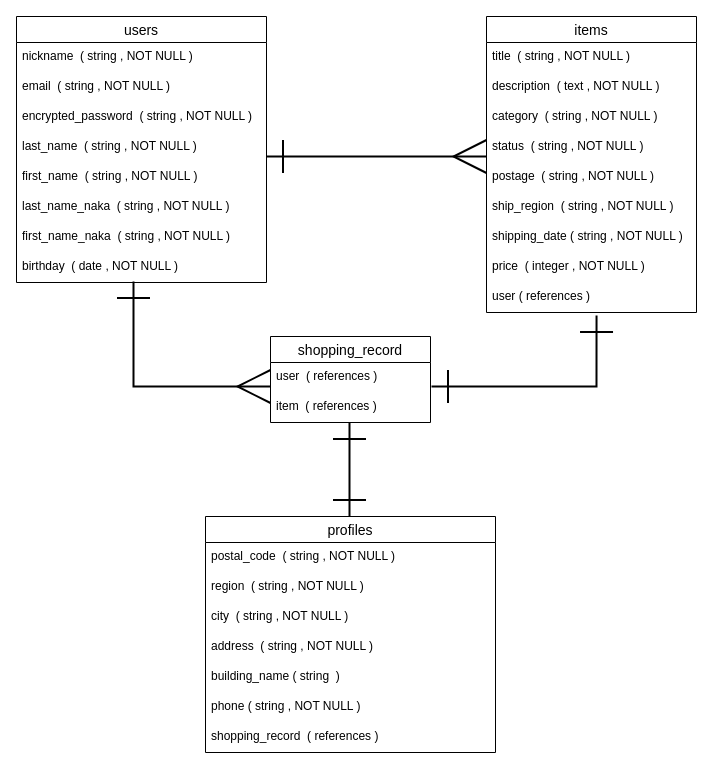
Earlier version of the draw.io diagram ER図.dio (fumi-ichikawa/furima-36216). Source tidied: cells renumbered, new cells numbered last; positions are measured from the earlier drawing's top-left corner, leaving out a move shared by most shapes. Both pictures are drawn from the tidied source at 100%, with x=0, y=0 at pixel (16, 16).
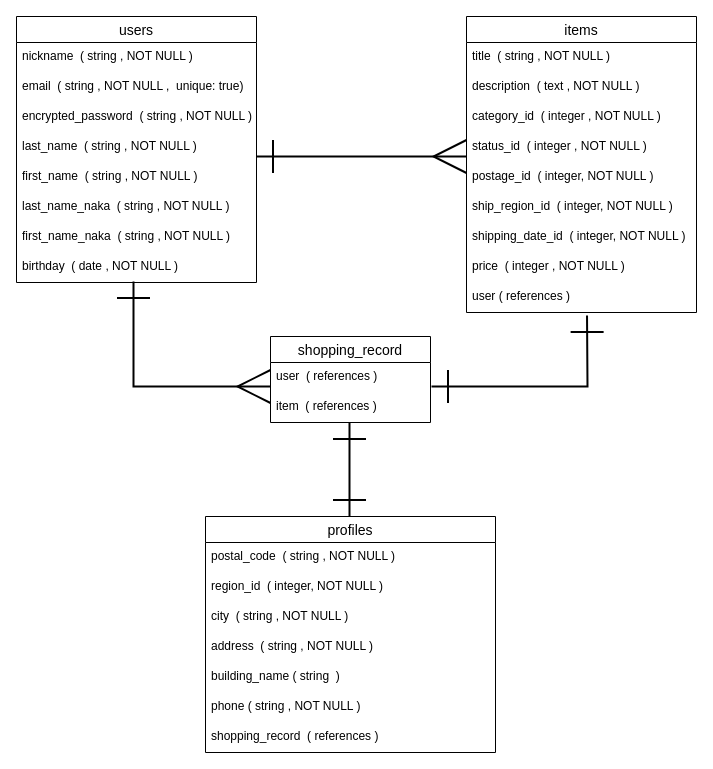
The same diagram, later.

The change refers to these unchanged cells:
```xml
<mxCell id="21" value="profiles" style="swimlane;fontStyle=0;horizontal=1;startSize=26;align=center;fontSize=14;" parent="1" vertex="1">
  <mxGeometry x="189" y="500" width="290" height="236" as="geometry" />
</mxCell>
```

What changed in the source:
```diff
@@
     <mxCell id="2" value="users" style="swimlane;fontStyle=0;horizontal=1;startSize=26;align=center;fontSize=14;" parent="1" vertex="1">
-      <mxGeometry width="250" height="266" as="geometry" />
+      <mxGeometry width="240" height="266" as="geometry" />
     </mxCell>
     <mxCell id="3" value="nickname  ( string , NOT NULL )" style="text;strokeColor=none;fillColor=none;spacingLeft=4;spacingRight=4;overflow=hidden;fontSize=12;" parent="2" vertex="1">
-      <mxGeometry y="26" width="250" height="30" as="geometry" />
+      <mxGeometry y="26" width="240" height="30" as="geometry" />
     </mxCell>
-    <mxCell id="4" value="email  ( string , NOT NULL )" style="text;strokeColor=none;fillColor=none;spacingLeft=4;spacingRight=4;overflow=hidden;fontSize=12;" parent="2" vertex="1">
-      <mxGeometry y="56" width="250" height="30" as="geometry" />
+    <mxCell id="4" value="email  ( string , NOT NULL ,  unique: true)" style="text;strokeColor=none;fillColor=none;spacingLeft=4;spacingRight=4;overflow=hidden;fontSize=12;" parent="2" vertex="1">
+      <mxGeometry y="56" width="240" height="30" as="geometry" />
     </mxCell>
     <mxCell id="5" value="encrypted_password  ( string , NOT NULL )" style="text;strokeColor=none;fillColor=none;spacingLeft=4;spacingRight=4;overflow=hidden;fontSize=12;" parent="2" vertex="1">
-      <mxGeometry y="86" width="250" height="30" as="geometry" />
+      <mxGeometry y="86" width="240" height="30" as="geometry" />
     </mxCell>
     <mxCell id="6" value="last_name  ( string , NOT NULL )" style="text;strokeColor=none;fillColor=none;spacingLeft=4;spacingRight=4;overflow=hidden;points=[[0,0.5],[1,0.5]];portConstraint=eastwest;fontSize=12;" parent="2" vertex="1">
-      <mxGeometry y="116" width="250" height="30" as="geometry" />
+      <mxGeometry y="116" width="240" height="30" as="geometry" />
     </mxCell>
     <mxCell id="7" value="first_name  ( string , NOT NULL )" style="text;strokeColor=none;fillColor=none;spacingLeft=4;spacingRight=4;overflow=hidden;fontSize=12;" parent="2" vertex="1">
-      <mxGeometry y="146" width="250" height="30" as="geometry" />
+      <mxGeometry y="146" width="240" height="30" as="geometry" />
     </mxCell>
     <mxCell id="8" value="last_name_naka  ( string , NOT NULL )" style="text;strokeColor=none;fillColor=none;spacingLeft=4;spacingRight=4;overflow=hidden;fontSize=12;" parent="2" vertex="1">
-      <mxGeometry y="176" width="250" height="30" as="geometry" />
+      <mxGeometry y="176" width="240" height="30" as="geometry" />
     </mxCell>
     <mxCell id="9" value="first_name_naka  ( string , NOT NULL )" style="text;strokeColor=none;fillColor=none;spacingLeft=4;spacingRight=4;overflow=hidden;fontSize=12;" parent="2" vertex="1">
-      <mxGeometry y="206" width="250" height="30" as="geometry" />
+      <mxGeometry y="206" width="240" height="30" as="geometry" />
     </mxCell>
     <mxCell id="10" value="birthday  ( date , NOT NULL )" style="text;strokeColor=none;fillColor=none;spacingLeft=4;spacingRight=4;overflow=hidden;points=[[0,0.5],[1,0.5]];portConstraint=eastwest;fontSize=12;" parent="2" vertex="1">
-      <mxGeometry y="236" width="250" height="30" as="geometry" />
+      <mxGeometry y="236" width="240" height="30" as="geometry" />
     </mxCell>
     <mxCell id="11" value="items" style="swimlane;fontStyle=0;horizontal=1;startSize=26;align=center;fontSize=14;" parent="1" vertex="1">
-      <mxGeometry x="470" width="210" height="296" as="geometry" />
+      <mxGeometry x="450" width="230" height="296" as="geometry" />
     </mxCell>
     <mxCell id="12" value="title  ( string , NOT NULL )" style="text;strokeColor=none;fillColor=none;spacingLeft=4;spacingRight=4;overflow=hidden;fontSize=12;" parent="11" vertex="1">
-      <mxGeometry y="26" width="210" height="30" as="geometry" />
+      <mxGeometry y="26" width="230" height="30" as="geometry" />
     </mxCell>
     <mxCell id="13" value="description  ( text , NOT NULL )" style="text;strokeColor=none;fillColor=none;spacingLeft=4;spacingRight=4;overflow=hidden;fontSize=12;" parent="11" vertex="1">
-      <mxGeometry y="56" width="210" height="30" as="geometry" />
+      <mxGeometry y="56" width="230" height="30" as="geometry" />
     </mxCell>
-    <mxCell id="14" value="category  ( string , NOT NULL )" style="text;strokeColor=none;fillColor=none;spacingLeft=4;spacingRight=4;overflow=hidden;fontSize=12;" parent="11" vertex="1">
-      <mxGeometry y="86" width="210" height="30" as="geometry" />
+    <mxCell id="14" value="category_id  ( integer , NOT NULL )" style="text;strokeColor=none;fillColor=none;spacingLeft=4;spacingRight=4;overflow=hidden;fontSize=12;" parent="11" vertex="1">
+      <mxGeometry y="86" width="230" height="30" as="geometry" />
     </mxCell>
-    <mxCell id="15" value="status  ( string , NOT NULL )" style="text;strokeColor=none;fillColor=none;spacingLeft=4;spacingRight=4;overflow=hidden;points=[[0,0.5],[1,0.5]];portConstraint=eastwest;fontSize=12;" parent="11" vertex="1">
-      <mxGeometry y="116" width="210" height="30" as="geometry" />
+    <mxCell id="15" value="status_id  ( integer , NOT NULL )" style="text;strokeColor=none;fillColor=none;spacingLeft=4;spacingRight=4;overflow=hidden;points=[[0,0.5],[1,0.5]];portConstraint=eastwest;fontSize=12;" parent="11" vertex="1">
+      <mxGeometry y="116" width="230" height="30" as="geometry" />
     </mxCell>
-    <mxCell id="16" value="postage  ( string , NOT NULL )" style="text;strokeColor=none;fillColor=none;spacingLeft=4;spacingRight=4;overflow=hidden;fontSize=12;" parent="11" vertex="1">
-      <mxGeometry y="146" width="210" height="30" as="geometry" />
+    <mxCell id="16" value="postage_id  ( integer, NOT NULL )" style="text;strokeColor=none;fillColor=none;spacingLeft=4;spacingRight=4;overflow=hidden;fontSize=12;" parent="11" vertex="1">
+      <mxGeometry y="146" width="230" height="30" as="geometry" />
     </mxCell>
-    <mxCell id="17" value="ship_region  ( string , NOT NULL )" style="text;strokeColor=none;fillColor=none;spacingLeft=4;spacingRight=4;overflow=hidden;fontSize=12;" parent="11" vertex="1">
-      <mxGeometry y="176" width="210" height="30" as="geometry" />
+    <mxCell id="17" value="ship_region_id  ( integer, NOT NULL )" style="text;strokeColor=none;fillColor=none;spacingLeft=4;spacingRight=4;overflow=hidden;fontSize=12;" parent="11" vertex="1">
+      <mxGeometry y="176" width="230" height="30" as="geometry" />
     </mxCell>
-    <mxCell id="18" value="shipping_date ( string , NOT NULL )" style="text;strokeColor=none;fillColor=none;spacingLeft=4;spacingRight=4;overflow=hidden;fontSize=12;" parent="11" vertex="1">
-      <mxGeometry y="206" width="210" height="30" as="geometry" />
+    <mxCell id="18" value="shipping_date_id  ( integer, NOT NULL )" style="text;strokeColor=none;fillColor=none;spacingLeft=4;spacingRight=4;overflow=hidden;fontSize=12;" parent="11" vertex="1">
+      <mxGeometry y="206" width="230" height="30" as="geometry" />
     </mxCell>
     <mxCell id="19" value="price  ( integer , NOT NULL )" style="text;strokeColor=none;fillColor=none;spacingLeft=4;spacingRight=4;overflow=hidden;fontSize=12;" parent="11" vertex="1">
-      <mxGeometry y="236" width="210" height="30" as="geometry" />
+      <mxGeometry y="236" width="230" height="30" as="geometry" />
     </mxCell>
     <mxCell id="20" value="user ( references )" style="text;strokeColor=none;fillColor=none;spacingLeft=4;spacingRight=4;overflow=hidden;points=[[0,0.5],[1,0.5]];portConstraint=eastwest;fontSize=12;" parent="11" vertex="1">
-      <mxGeometry y="266" width="210" height="30" as="geometry" />
+      <mxGeometry y="266" width="230" height="30" as="geometry" />
     </mxCell>
@@
-    <mxCell id="23" value="region  ( string , NOT NULL )" style="text;strokeColor=none;fillColor=none;spacingLeft=4;spacingRight=4;overflow=hidden;fontSize=12;" parent="21" vertex="1">
+    <mxCell id="23" value="region_id  ( integer, NOT NULL )" style="text;strokeColor=none;fillColor=none;spacingLeft=4;spacingRight=4;overflow=hidden;fontSize=12;" parent="21" vertex="1">
       <mxGeometry y="56" width="290" height="30" as="geometry" />
     </mxCell>
@@
-    <mxCell id="29" style="endArrow=ERmany;html=1;rounded=0;entryX=0;entryY=0.8;entryDx=0;entryDy=0;entryPerimeter=0;startArrow=ERone;startFill=0;endFill=0;strokeWidth=2;endSize=30;startSize=30;" parent="1" edge="1" target="15">
-      <mxGeometry relative="1" as="geometry">
-        <mxPoint x="250" y="140" as="sourcePoint" />
-      </mxGeometry>
+    <mxCell id="29" style="endArrow=ERmany;html=1;rounded=0;entryX=0;entryY=0.8;entryDx=0;entryDy=0;entryPerimeter=0;startArrow=ERone;startFill=0;endFill=0;strokeWidth=2;endSize=30;startSize=30;exitX=1;exitY=0.8;exitDx=0;exitDy=0;exitPerimeter=0;" parent="1" edge="1" source="6" target="15">
+      <mxGeometry relative="1" as="geometry" />
     </mxCell>
@@
-    <mxCell id="33" style="endArrow=ERmany;html=1;rounded=0;startSize=30;endSize=30;strokeWidth=2;exitX=0.468;exitY=0.967;exitDx=0;exitDy=0;exitPerimeter=0;startArrow=ERone;startFill=0;endFill=0;" parent="1" edge="1" source="10">
+    <mxCell id="33" style="endArrow=ERmany;html=1;rounded=0;startSize=30;endSize=30;strokeWidth=2;startArrow=ERone;startFill=0;endFill=0;" parent="1" edge="1">
       <mxGeometry relative="1" as="geometry">
+        <mxPoint x="117" y="265" as="sourcePoint" />
         <mxPoint x="254" y="370" as="targetPoint" />
         <Array as="points">
           <mxPoint x="117" y="370" />
         </Array>
       </mxGeometry>
     </mxCell>
     <mxCell id="34" style="endArrow=ERone;html=1;rounded=0;startSize=30;endSize=30;strokeWidth=2;startArrow=ERone;startFill=0;endFill=0;exitX=0.524;exitY=1.1;exitDx=0;exitDy=0;exitPerimeter=0;" parent="1" edge="1" source="20">
       <mxGeometry relative="1" as="geometry">
         <mxPoint x="415" y="370" as="targetPoint" />
         <Array as="points">
-          <mxPoint x="580" y="370" />
+          <mxPoint x="571" y="370" />
         </Array>
       </mxGeometry>
     </mxCell>
```
